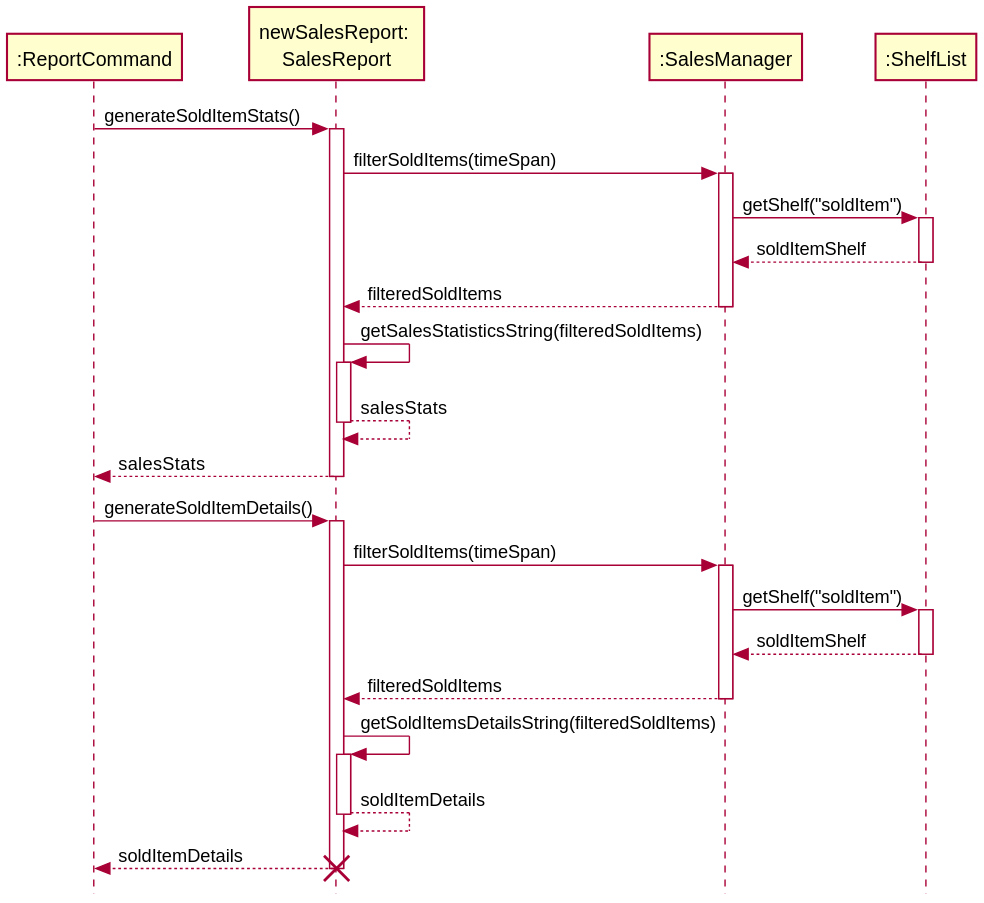
zh1huang/tp keeps this PlantUML diagram as docs/diagrams/Implementation_SalesReport.svg. Above is the earlier version.
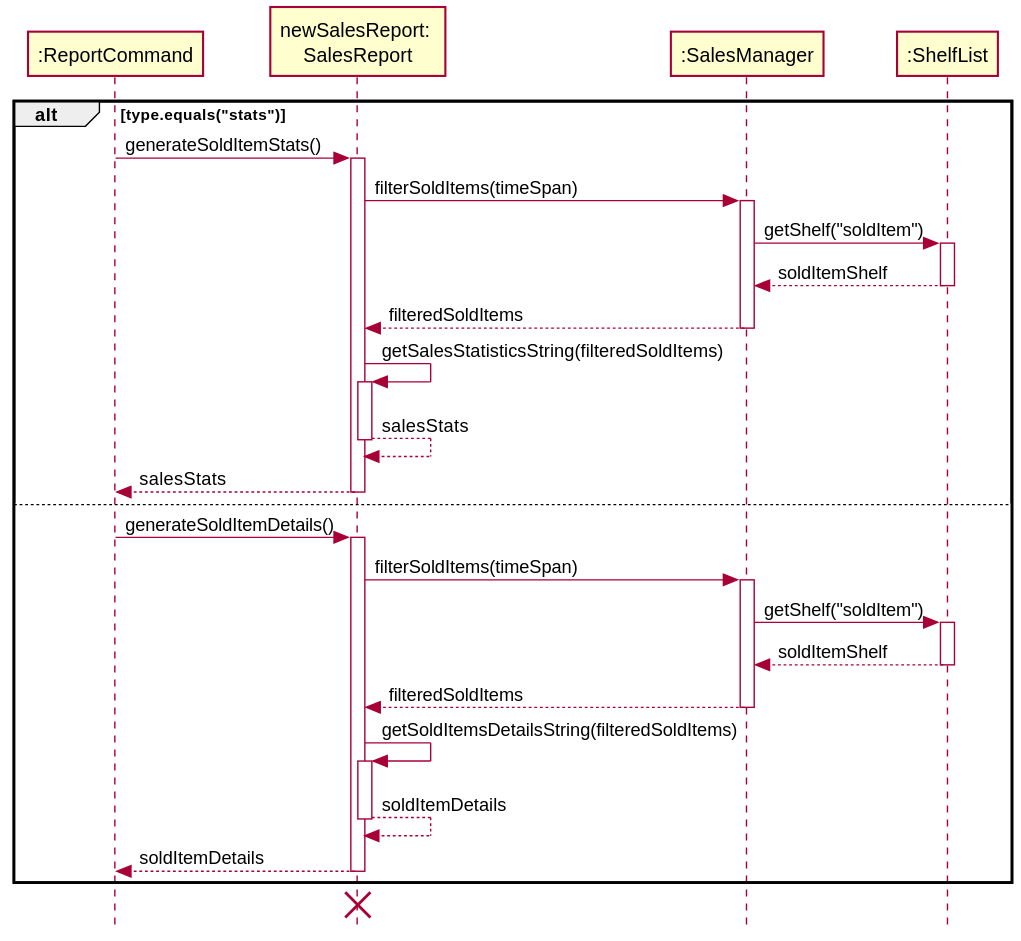
The same diagram one commit later.

Commit message:
Change generate Report diagram

The edit, as a diff of the source:
```diff
@@ -6,6 +6,7 @@
 participant ":SalesManager" as SalesManager
 participant ":ShelfList" as ShelfList
 
+alt type.equals("stats")
 
 ReportCommand -> SalesReport: generateSoldItemStats()
 activate SalesReport
@@ -17,6 +18,7 @@
 deactivate ShelfList
 SalesManager --> SalesReport: filteredSoldItems
 deactivate SalesManager
+
 SalesReport -> SalesReport: getSalesStatisticsString(filteredSoldItems)
 activate SalesReport
 SalesReport --> SalesReport: salesStats
@@ -25,6 +27,7 @@
 SalesReport --> ReportCommand: salesStats
 deactivate SalesReport
 
+else
 
 ReportCommand -> SalesReport: generateSoldItemDetails()
 activate SalesReport
@@ -41,7 +44,9 @@
 SalesReport --> SalesReport: soldItemDetails
 deactivate SalesReport
 
+
 SalesReport --> ReportCommand: soldItemDetails
 deactivate SalesReport
+end
 destroy SalesReport
 @enduml
```
